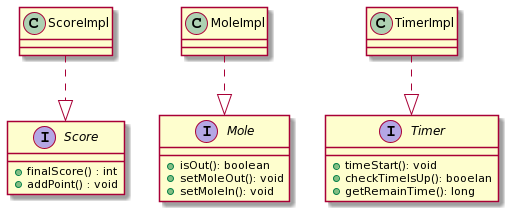
RiccardoSquarcialupi/oop19-dpg keeps this PlantUML diagram as doc/Relazione/images/squarcialupi/molegame-modelPart.png. Above is the earlier version. Its diagram source:
```plantuml
@startuml
Interface Score{
+finalScore() : int
+addPoint() : void
}
Interface Mole{
+isOut(): boolean
+setMoleOut(): void
+setMoleIn(): void
}
Interface Timer{
+timeStart(): void
+checkTimeIsUp(): booelan
+getRemainTime(): long
}

class ScoreImpl{}
class MoleImpl{}
class TimerImpl{}


ScoreImpl ..|> Score
MoleImpl ..|> Mole
TimerImpl ..|> Timer
@enduml
```
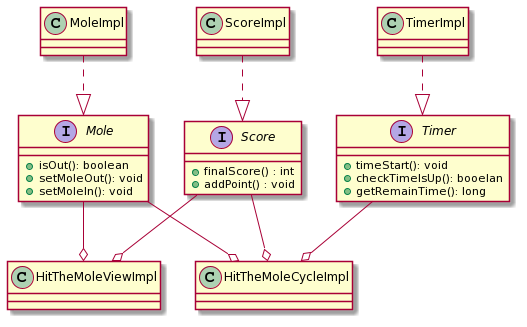
After the commit.

Commit message:
redesign uml for menu and molegame-modelpart

The edit, as a diff of the source:
```diff
@@ -22,4 +22,11 @@
 ScoreImpl ..|> Score
 MoleImpl ..|> Mole
 TimerImpl ..|> Timer
+
+Score --o HitTheMoleViewImpl
+Mole --o HitTheMoleViewImpl
+
+Score --o HitTheMoleCycleImpl
+Mole --o HitTheMoleCycleImpl
+Timer --o  HitTheMoleCycleImpl
 @enduml
```
